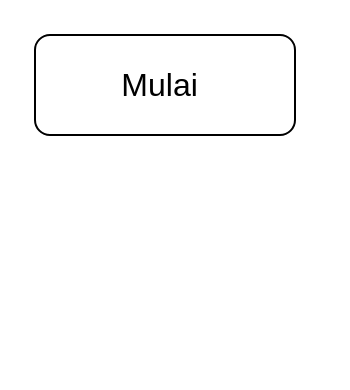
The draw.io diagram Tugas menentukan bilangan 23241091_1C.drawio in Xnowly/Algo_C_23241091, before the edit. Source tidied: cells renumbered, new cells numbered last; positions are measured from the earlier drawing's top-left corner, leaving out a move shared by most shapes. Both pictures are drawn from the tidied source at 200%, with x=0, y=0 at pixel (34, 34).
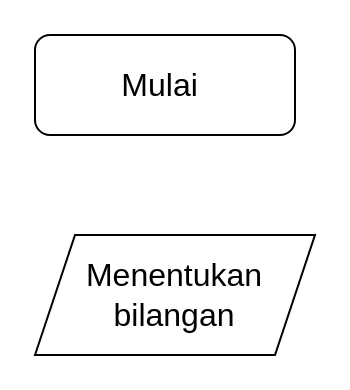
Above is the later version.

Diff of the diagram source:
```diff
@@
 <mxGraphModel>
   <root>
     <mxCell id="0" />
     <mxCell id="1" parent="0" />
     <mxCell id="2" value="Mulai&amp;nbsp;" style="rounded=1;whiteSpace=wrap;html=1;fontSize=16;" parent="1" vertex="1">
       <mxGeometry width="130" height="50" as="geometry" />
     </mxCell>
+    <mxCell id="3" value="Menentukan bilangan" style="shape=parallelogram;perimeter=parallelogramPerimeter;whiteSpace=wrap;html=1;fixedSize=1;fontSize=16;" parent="1" vertex="1">
+      <mxGeometry y="100" width="140" height="60" as="geometry" />
+    </mxCell>
   </root>
 </mxGraphModel>
```
